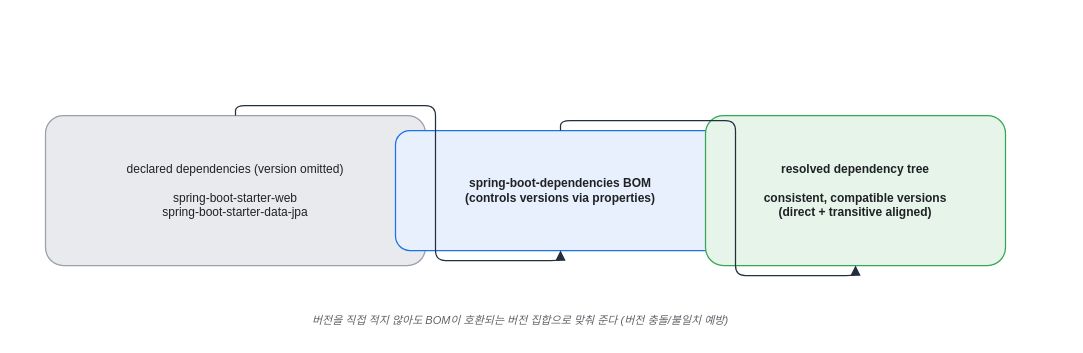
Earlier version of the draw.io diagram assets/img/spring/spring-22-dependency-bom.drawio (KKamJi98/kkamji98.github.io). Source tidied: cells renumbered, new cells numbered last; positions are measured from the earlier drawing's top-left corner, leaving out a move shared by most shapes. Both pictures are drawn from the tidied source at 100%, with x=0, y=0 at pixel (45, 115).
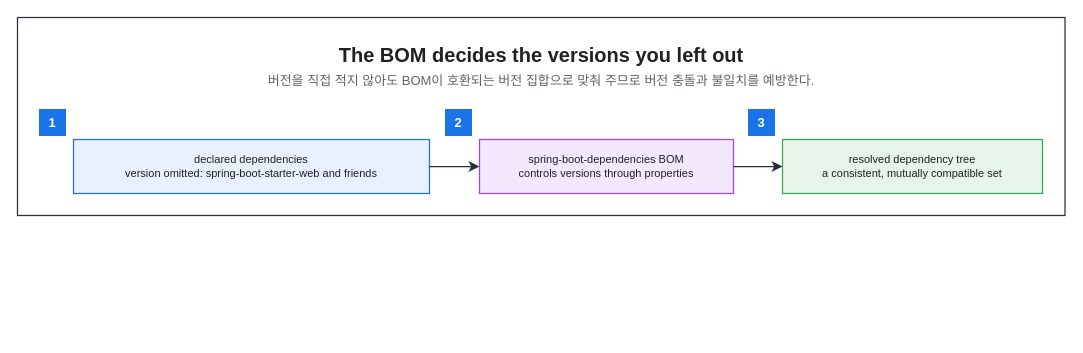
After the change.

The edit, as a diff of the source:
```diff
@@
 <mxGraphModel background="#FFFFFF">
   <root>
     <mxCell id="0" />
     <mxCell id="1" parent="0" />
+    <mxCell id="8" style="rounded=0;html=0;fillColor=none;strokeColor=#232F3E;fontColor=#202124;strokeWidth=1.25;" parent="1" vertex="1">
+      <mxGeometry x="-28" y="-98" width="1047.5" height="198" as="geometry" />
+    </mxCell>
+    <mxCell id="9" value="The BOM decides the versions you left out" style="text;html=0;whiteSpace=wrap;fillColor=none;strokeColor=none;fontColor=#202124;fontSize=20;fontStyle=1;align=center;verticalAlign=middle;" parent="1" vertex="1">
+      <mxGeometry x="-6" y="-76" width="1003.5" height="30" as="geometry" />
+    </mxCell>
+    <mxCell id="10" value="버전을 직접 적지 않아도 BOM이 호환되는 버전 집합으로 맞춰 주므로 버전 충돌과 불일치를 예방한다." style="text;html=0;whiteSpace=wrap;fillColor=none;strokeColor=none;fontColor=#5F6368;fontSize=13;fontStyle=0;align=center;verticalAlign=middle;" parent="1" vertex="1">
+      <mxGeometry x="-6" y="-46" width="1003.5" height="22" as="geometry" />
+    </mxCell>
-    <mxCell id="2" value="declared dependencies (version omitted)&#10;&#10;spring-boot-starter-web&#10;spring-boot-starter-data-jpa" style="rounded=1;whiteSpace=wrap;html=0;arcSize=12;shadow=0;fillColor=#E8EAED;strokeColor=#9AA0A6;fontColor=#202124;strokeWidth=1.25;" parent="1" vertex="1">
-      <mxGeometry width="380" height="150" as="geometry" />
+    <mxCell id="2" value="declared dependencies&#10;version omitted: spring-boot-starter-web and friends" style="rounded=0;whiteSpace=wrap;html=0;fillColor=#E8F0FE;strokeColor=#1A73E8;fontColor=#202124;fontSize=11;fontStyle=0;align=center;verticalAlign=middle;spacingLeft=6;spacingRight=6;strokeWidth=1.25;" parent="1" vertex="1">
+      <mxGeometry x="28" y="24" width="356" height="54" as="geometry" />
     </mxCell>
-    <mxCell id="3" value="spring-boot-dependencies BOM&#10;(controls versions via properties)" style="rounded=1;whiteSpace=wrap;html=0;arcSize=12;shadow=0;fillColor=#E8F0FE;strokeColor=#1A73E8;fontColor=#202124;fontStyle=1;strokeWidth=1.25;" parent="1" vertex="1">
-      <mxGeometry x="350" y="15" width="330" height="120" as="geometry" />
+    <mxCell id="3" value="spring-boot-dependencies BOM&#10;controls versions through properties" style="rounded=0;whiteSpace=wrap;html=0;fillColor=#F3E8FD;strokeColor=#A142F4;fontColor=#202124;fontSize=11;fontStyle=0;align=center;verticalAlign=middle;spacingLeft=6;spacingRight=6;strokeWidth=1.25;" parent="1" vertex="1">
+      <mxGeometry x="434" y="24" width="254" height="54" as="geometry" />
     </mxCell>
-    <mxCell id="4" value="resolved dependency tree&#10;&#10;consistent, compatible versions&#10;(direct + transitive aligned)" style="rounded=1;whiteSpace=wrap;html=0;arcSize=12;shadow=0;fillColor=#E6F4EA;strokeColor=#34A853;fontColor=#202124;fontStyle=1;strokeWidth=1.25;" parent="1" vertex="1">
-      <mxGeometry x="660" width="300" height="150" as="geometry" />
+    <mxCell id="4" value="resolved dependency tree&#10;a consistent, mutually compatible set" style="rounded=0;whiteSpace=wrap;html=0;fillColor=#E6F4EA;strokeColor=#34A853;fontColor=#202124;fontSize=11;fontStyle=0;align=center;verticalAlign=middle;spacingLeft=6;spacingRight=6;strokeWidth=1.25;" parent="1" vertex="1">
+      <mxGeometry x="737" y="24" width="260" height="54" as="geometry" />
     </mxCell>
-    <mxCell id="5" value="버전을 직접 적지 않아도 BOM이 호환되는 버전 집합으로 맞춰 준다 (버전 충돌/불일치 예방)" style="text;html=0;align=center;verticalAlign=middle;whiteSpace=wrap;fontSize=11;fontColor=#5F6368;fontStyle=2;" parent="1" vertex="1">
-      <mxGeometry y="190" width="950" height="30" as="geometry" />
-    </mxCell>
+    <mxCell id="11" value="1" style="rounded=0;whiteSpace=wrap;html=0;fillColor=#1A73E8;strokeColor=#1A73E8;fontColor=#FFFFFF;fontSize=13;fontStyle=1;align=center;verticalAlign=middle;" parent="1" vertex="1">
+      <mxGeometry x="-6" y="-6" width="26" height="26" as="geometry" />
+    </mxCell>
+    <mxCell id="12" value="2" style="rounded=0;whiteSpace=wrap;html=0;fillColor=#1A73E8;strokeColor=#1A73E8;fontColor=#FFFFFF;fontSize=13;fontStyle=1;align=center;verticalAlign=middle;" parent="1" vertex="1">
+      <mxGeometry x="400" y="-6" width="26" height="26" as="geometry" />
+    </mxCell>
+    <mxCell id="13" value="3" style="rounded=0;whiteSpace=wrap;html=0;fillColor=#1A73E8;strokeColor=#1A73E8;fontColor=#FFFFFF;fontSize=13;fontStyle=1;align=center;verticalAlign=middle;" parent="1" vertex="1">
+      <mxGeometry x="703" y="-6" width="26" height="26" as="geometry" />
+    </mxCell>
-    <mxCell id="6" style="edgeStyle=orthogonalEdgeStyle;rounded=1;html=0;endArrow=block;strokeColor=#232F3E;fontColor=#202124;labelBackgroundColor=none;strokeWidth=1.25;endSize=7;" parent="1" edge="1" source="2" target="3">
+    <mxCell id="6" style="edgeStyle=orthogonalEdgeStyle;rounded=0;html=0;strokeColor=#232F3E;strokeWidth=1.25;endArrow=classic;endFill=1;endSize=7;fontSize=11;fontColor=#202124;labelBackgroundColor=none;jettySize=14;exitX=1;exitY=0.5;entryX=0;entryY=0.5;exitDx=0;exitDy=0;entryDx=0;entryDy=0;" parent="1" edge="1" source="2" target="3">
       <mxGeometry relative="1" as="geometry" />
     </mxCell>
-    <mxCell id="7" style="edgeStyle=orthogonalEdgeStyle;rounded=1;html=0;endArrow=block;strokeColor=#232F3E;fontColor=#202124;labelBackgroundColor=none;strokeWidth=1.25;endSize=7;" parent="1" edge="1" source="3" target="4">
+    <mxCell id="7" style="edgeStyle=orthogonalEdgeStyle;rounded=0;html=0;strokeColor=#232F3E;strokeWidth=1.25;endArrow=classic;endFill=1;endSize=7;fontSize=11;fontColor=#202124;labelBackgroundColor=none;jettySize=14;exitX=1;exitY=0.5;entryX=0;entryY=0.5;exitDx=0;exitDy=0;entryDx=0;entryDy=0;" parent="1" edge="1" source="3" target="4">
       <mxGeometry relative="1" as="geometry" />
     </mxCell>
   </root>
 </mxGraphModel>
```
